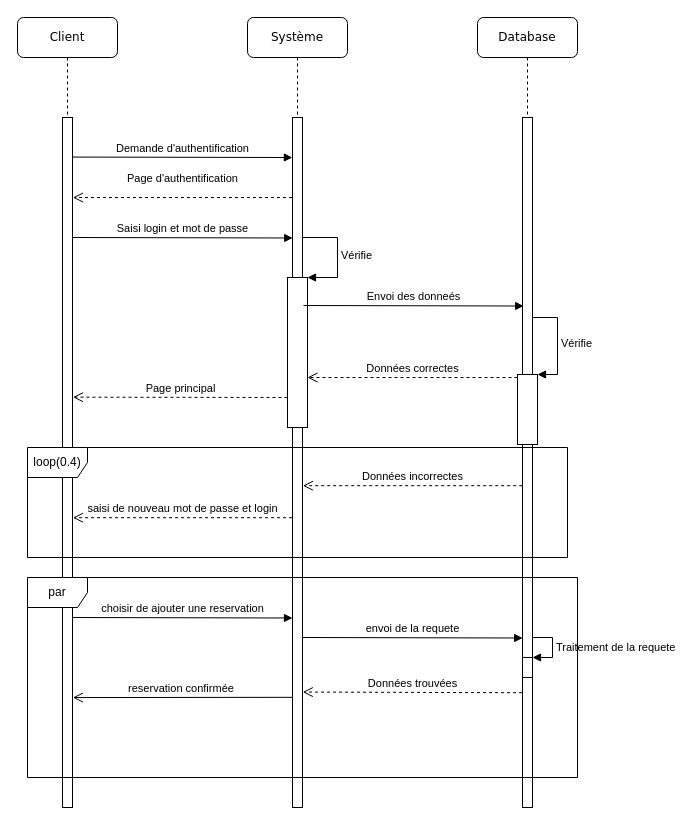
oussamafilani/Posts-App-Laravel-8 keeps this draw.io diagram as Conception UML/sequence diagram .drawio. Above is the earlier version. Source tidied: cells renumbered, new cells numbered last; positions are measured from the earlier drawing's top-left corner, leaving out a move shared by most shapes. Both pictures are drawn from the tidied source at 100%, with x=0, y=0 at pixel (17, 17).
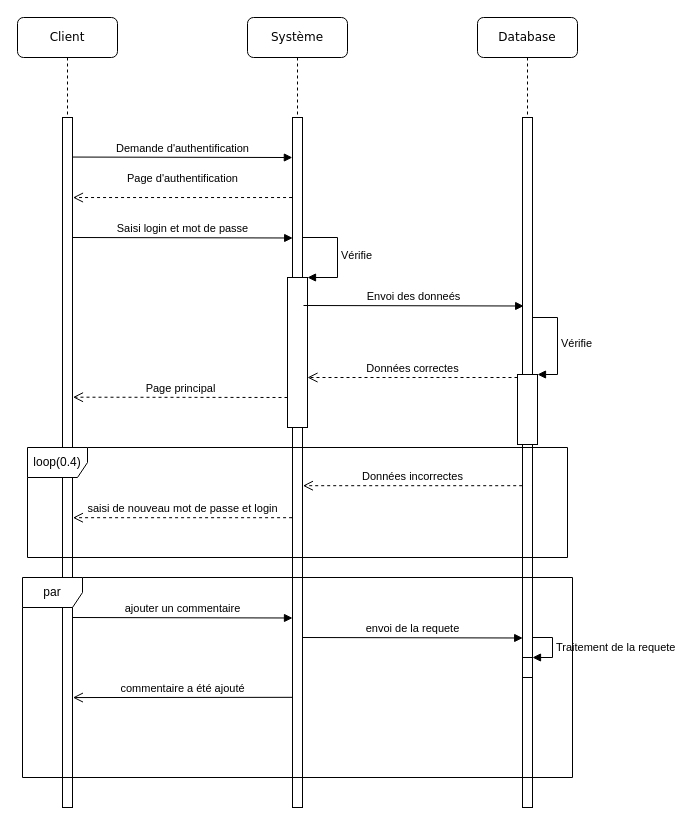
The same diagram, later.

Unchanged cells that the change refers to:
```xml
<mxCell id="10" style="html=1;points=[];perimeter=orthogonalPerimeter;" parent="6" vertex="1">
  <mxGeometry x="45" y="560" width="10" height="230" as="geometry" />
</mxCell>
<mxCell id="16" style="html=1;points=[];perimeter=orthogonalPerimeter;" parent="14" vertex="1">
  <mxGeometry x="45" y="560" width="10" height="230" as="geometry" />
</mxCell>
<mxCell id="26" style="html=1;points=[];perimeter=orthogonalPerimeter;" parent="1" vertex="1">
  <mxGeometry x="275" y="560" width="10" height="230" as="geometry" />
</mxCell>
```

Change to the diagram source:
```diff
@@
-    <mxCell id="27" value="choisir de ajouter une reservation" style="html=1;verticalAlign=bottom;endArrow=block;strokeColor=#000000;entryX=-0.014;entryY=0.087;entryDx=0;entryDy=0;entryPerimeter=0;exitX=0.967;exitY=0.086;exitDx=0;exitDy=0;exitPerimeter=0;" parent="1" edge="1">
+    <mxCell id="27" value="ajouter un commentaire" style="html=1;verticalAlign=bottom;endArrow=block;strokeColor=#000000;entryX=-0.014;entryY=0.087;entryDx=0;entryDy=0;entryPerimeter=0;exitX=0.967;exitY=0.086;exitDx=0;exitDy=0;exitPerimeter=0;" parent="1" edge="1">
       <mxGeometry relative="1" as="geometry">
         <mxPoint x="54.8" y="600" as="sourcePoint" />
         <mxPoint x="275" y="600.5" as="targetPoint" />
       </mxGeometry>
     </mxCell>
@@
-    <mxCell id="29" value="Données trouvées" style="html=1;verticalAlign=bottom;endArrow=open;dashed=1;endSize=8;strokeColor=#000000;exitX=-0.046;exitY=0.501;exitDx=0;exitDy=0;exitPerimeter=0;entryX=1.029;entryY=0.498;entryDx=0;entryDy=0;entryPerimeter=0;" parent="1" edge="1" source="10" target="26">
-      <mxGeometry relative="1" as="geometry" />
-    </mxCell>
-    <mxCell id="30" value="reservation confirmée&amp;nbsp;" style="html=1;verticalAlign=bottom;endArrow=open;endSize=8;strokeColor=#000000;exitX=-0.044;exitY=0.521;exitDx=0;exitDy=0;exitPerimeter=0;entryX=1.038;entryY=0.522;entryDx=0;entryDy=0;entryPerimeter=0;" parent="1" edge="1" source="26" target="16">
+    <mxCell id="30" value="commentaire a été ajouté" style="html=1;verticalAlign=bottom;endArrow=open;endSize=8;strokeColor=#000000;exitX=-0.044;exitY=0.521;exitDx=0;exitDy=0;exitPerimeter=0;entryX=1.038;entryY=0.522;entryDx=0;entryDy=0;entryPerimeter=0;" parent="1" edge="1" source="26" target="16">
       <mxGeometry relative="1" as="geometry" />
     </mxCell>
     <mxCell id="31" value="par" style="shape=umlFrame;whiteSpace=wrap;html=1;" parent="1" vertex="1">
-      <mxGeometry x="10" y="560" width="550" height="200" as="geometry" />
+      <mxGeometry x="5" y="560" width="550" height="200" as="geometry" />
     </mxCell>
```
